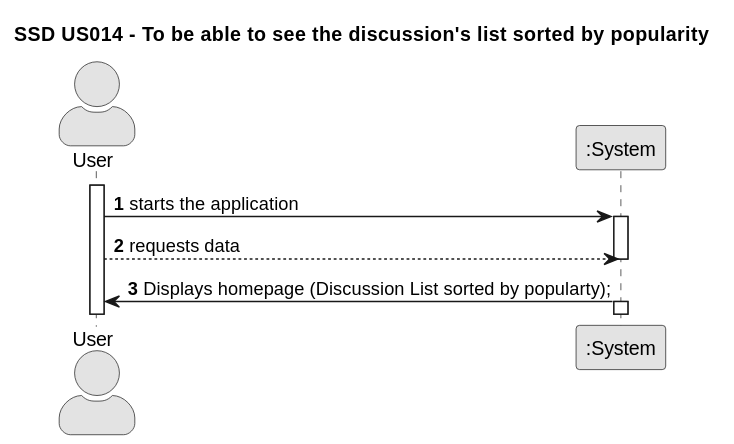
The PlantUML diagram docs/sprint01/us014/01.requirements-engineering/svg/us014-system-sequence-diagram-alternative-one.svg in TiagoMagalhaes1232507/Testando-projeto, before a commit. Its diagram source:
```plantuml
@startuml
skinparam monochrome true
skinparam packageStyle rectangle
skinparam shadowing false
skinparam actorStyle awesome

title SSD US014 - To be able to see the discussion's list sorted by popularity

autonumber

actor "User" as User
participant ":System" as System

activate User

    User -> System : starts the application
    activate System

        User --> System : requests data
    deactivate System

    System -> User : Displays homepage (Discussion List sorted by popularty);

activate System
@enduml
```
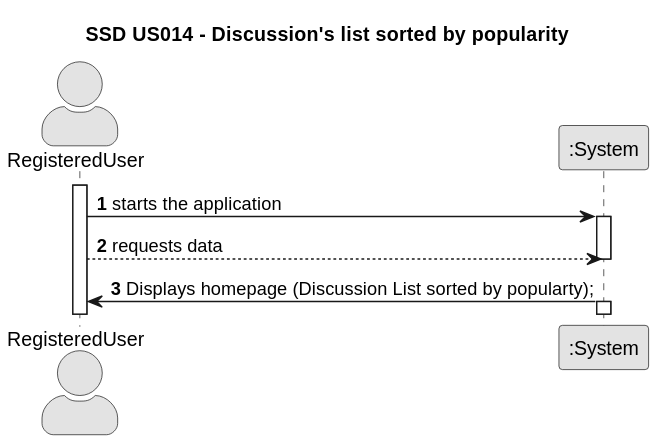
The same file after the commit.

The edit, as a diff of the source:
```diff
@@ -4,11 +4,11 @@
 skinparam shadowing false
 skinparam actorStyle awesome
 
-title SSD US014 - To be able to see the discussion's list sorted by popularity
+title SSD US014 - Discussion's list sorted by popularity
 
 autonumber
 
-actor "User" as User
+actor "RegisteredUser" as User
 participant ":System" as System
 
 activate User
```
